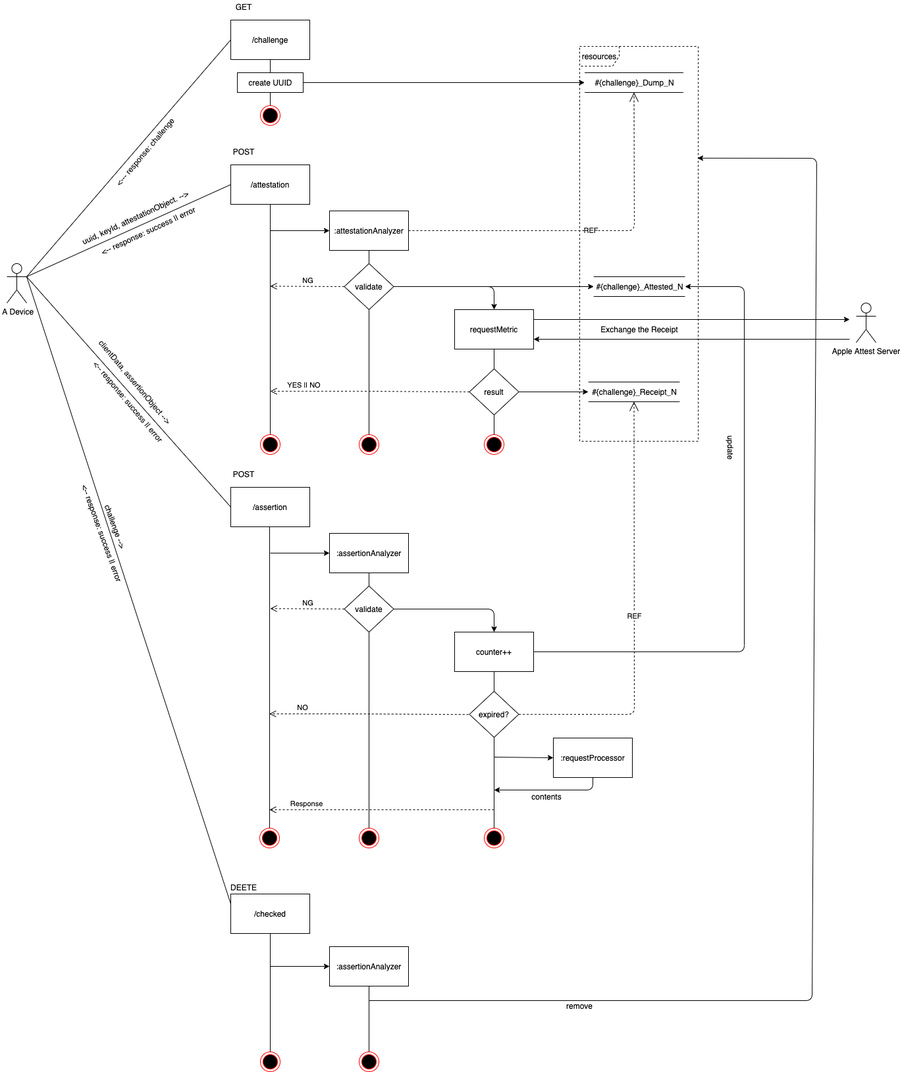
Above: Exp_AttestAgent/designs/api.png in kwrsin/Exp_Attest (draw.io), before the change. Source tidied: cells renumbered, new cells last; positions are measured from the earlier drawing's top-left corner, leaving out a move shared by most shapes.
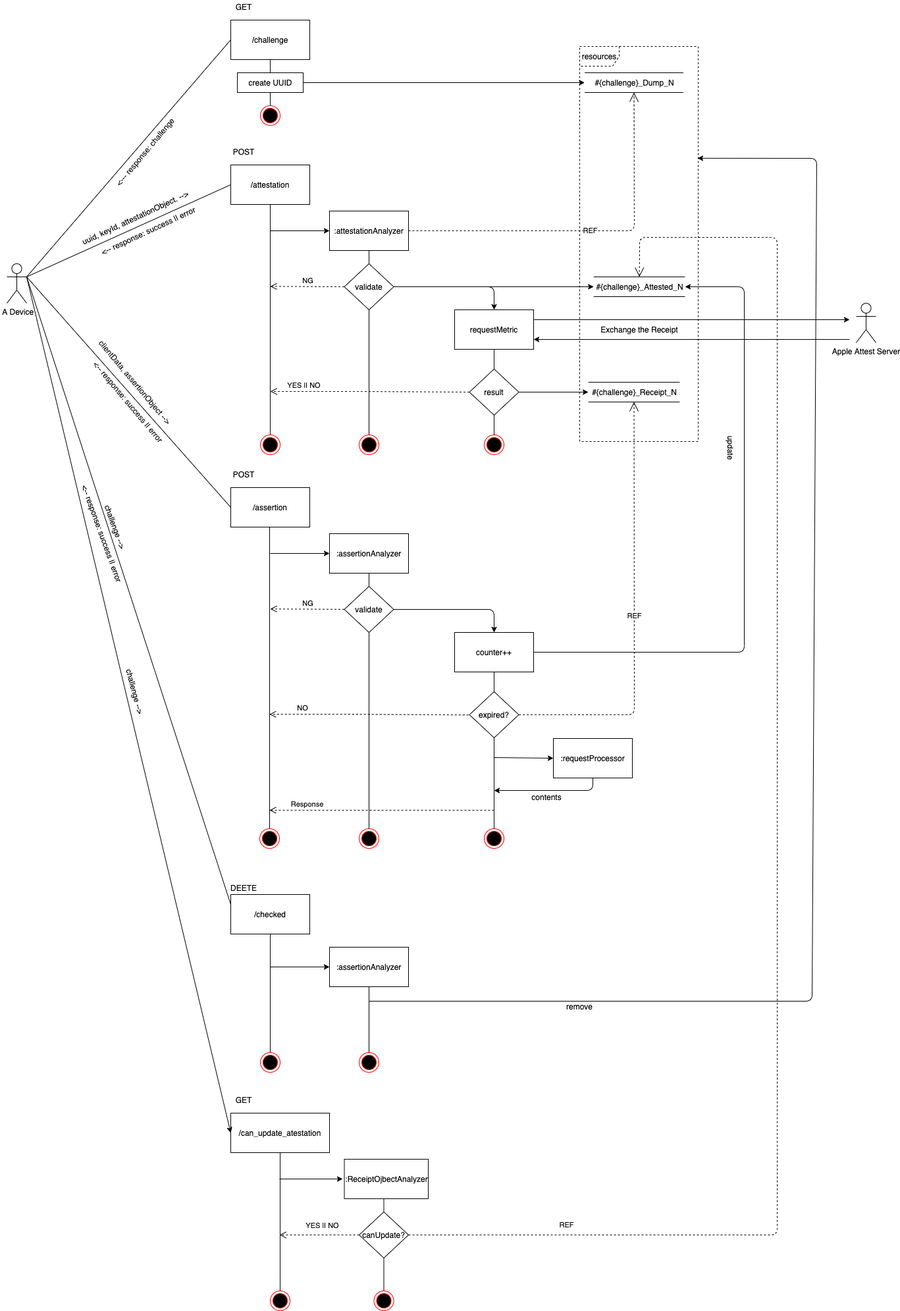
After the change.

The edit, as a diff of the source:
```diff
@@ -336,5 +336,57 @@
     <mxCell id="82" value="contents" style="text;html=1;strokeColor=none;fillColor=none;align=center;verticalAlign=middle;whiteSpace=wrap;rounded=0;" parent="1" vertex="1">
       <mxGeometry x="800" y="1200" width="40" height="20" as="geometry" />
     </mxCell>
+    <mxCell id="83" style="endArrow=none;html=1;entryX=0.5;entryY=1;entryDx=0;entryDy=0;exitX=0.5;exitY=0;exitDx=0;exitDy=0;" parent="1" edge="1" source="86" target="84">
+      <mxGeometry relative="1" as="geometry" />
+    </mxCell>
+    <mxCell id="84" value="/can_update_atestation" style="rounded=0;whiteSpace=wrap;html=1;" parent="1" vertex="1">
+      <mxGeometry x="340" y="1690" width="150" height="60" as="geometry" />
+    </mxCell>
+    <mxCell id="85" value="GET" style="text;html=1;strokeColor=none;fillColor=none;align=center;verticalAlign=middle;whiteSpace=wrap;rounded=0;" parent="1" vertex="1">
+      <mxGeometry x="340" y="1660" width="40" height="20" as="geometry" />
+    </mxCell>
+    <mxCell id="86" style="ellipse;html=1;shape=endState;fillColor=#000000;strokeColor=#ff0000;" parent="1" vertex="1">
+      <mxGeometry x="400" y="1960" width="30" height="30" as="geometry" />
+    </mxCell>
+    <mxCell id="87" value=":ReceiptOjbectAnalyzer" style="rounded=0;whiteSpace=wrap;html=1;" parent="1" vertex="1">
+      <mxGeometry x="512.5" y="1760" width="127.5" height="60" as="geometry" />
+    </mxCell>
+    <mxCell id="88" style="endArrow=none;html=1;exitX=0.5;exitY=0;exitDx=0;exitDy=0;" parent="1" edge="1" source="89">
+      <mxGeometry relative="1" as="geometry">
+        <mxPoint x="572.5" y="1820" as="targetPoint" />
+      </mxGeometry>
+    </mxCell>
+    <mxCell id="89" style="ellipse;html=1;shape=endState;fillColor=#000000;strokeColor=#ff0000;" parent="1" vertex="1">
+      <mxGeometry x="557.5" y="1960" width="30" height="30" as="geometry" />
+    </mxCell>
+    <mxCell id="90" value="canUpdate?" style="rhombus;" parent="1" vertex="1">
+      <mxGeometry x="535" y="1840" width="75" height="70" as="geometry" />
+    </mxCell>
+    <mxCell id="91" style="endArrow=classic;html=1;" parent="1" edge="1">
+      <mxGeometry relative="1" as="geometry">
+        <mxPoint x="414" y="1790" as="sourcePoint" />
+        <mxPoint x="510" y="1790" as="targetPoint" />
+      </mxGeometry>
+    </mxCell>
+    <mxCell id="92" value="YES || NO" style="html=1;verticalAlign=bottom;endArrow=open;dashed=1;endSize=8;exitX=0;exitY=0.5;exitDx=0;exitDy=0;" parent="1" edge="1" source="90">
+      <mxGeometry x="-0.09" y="-5" relative="1" as="geometry">
+        <mxPoint x="414" y="1875" as="targetPoint" />
+      </mxGeometry>
+    </mxCell>
+    <mxCell id="93" value="REF" style="endArrow=open;endSize=12;dashed=1;html=1;entryX=0.5;entryY=0;entryDx=0;entryDy=0;exitX=1;exitY=0.5;exitDx=0;exitDy=0;" parent="1" edge="1" source="90" target="33">
+      <mxGeometry x="-0.8" y="15" relative="1" as="geometry">
+        <Array as="points">
+          <mxPoint x="1170" y="1875" />
+          <mxPoint x="1170" y="360" />
+          <mxPoint x="961" y="360" />
+        </Array>
+      </mxGeometry>
+    </mxCell>
+    <mxCell id="94" style="endArrow=classic;html=1;exitX=1;exitY=0.3333333333333333;exitDx=0;exitDy=0;exitPerimeter=0;entryX=0;entryY=0.5;entryDx=0;entryDy=0;" parent="1" edge="1" source="5" target="84">
+      <mxGeometry relative="1" as="geometry" />
+    </mxCell>
+    <mxCell id="95" value="challenge --&amp;gt;&lt;br&gt;" style="text;html=1;strokeColor=none;fillColor=none;align=center;verticalAlign=middle;whiteSpace=wrap;rounded=0;rotation=75;" parent="1" vertex="1">
+      <mxGeometry x="150" y="1040" width="90" height="20" as="geometry" />
+    </mxCell>
   </root>
 </mxGraphModel>
```
